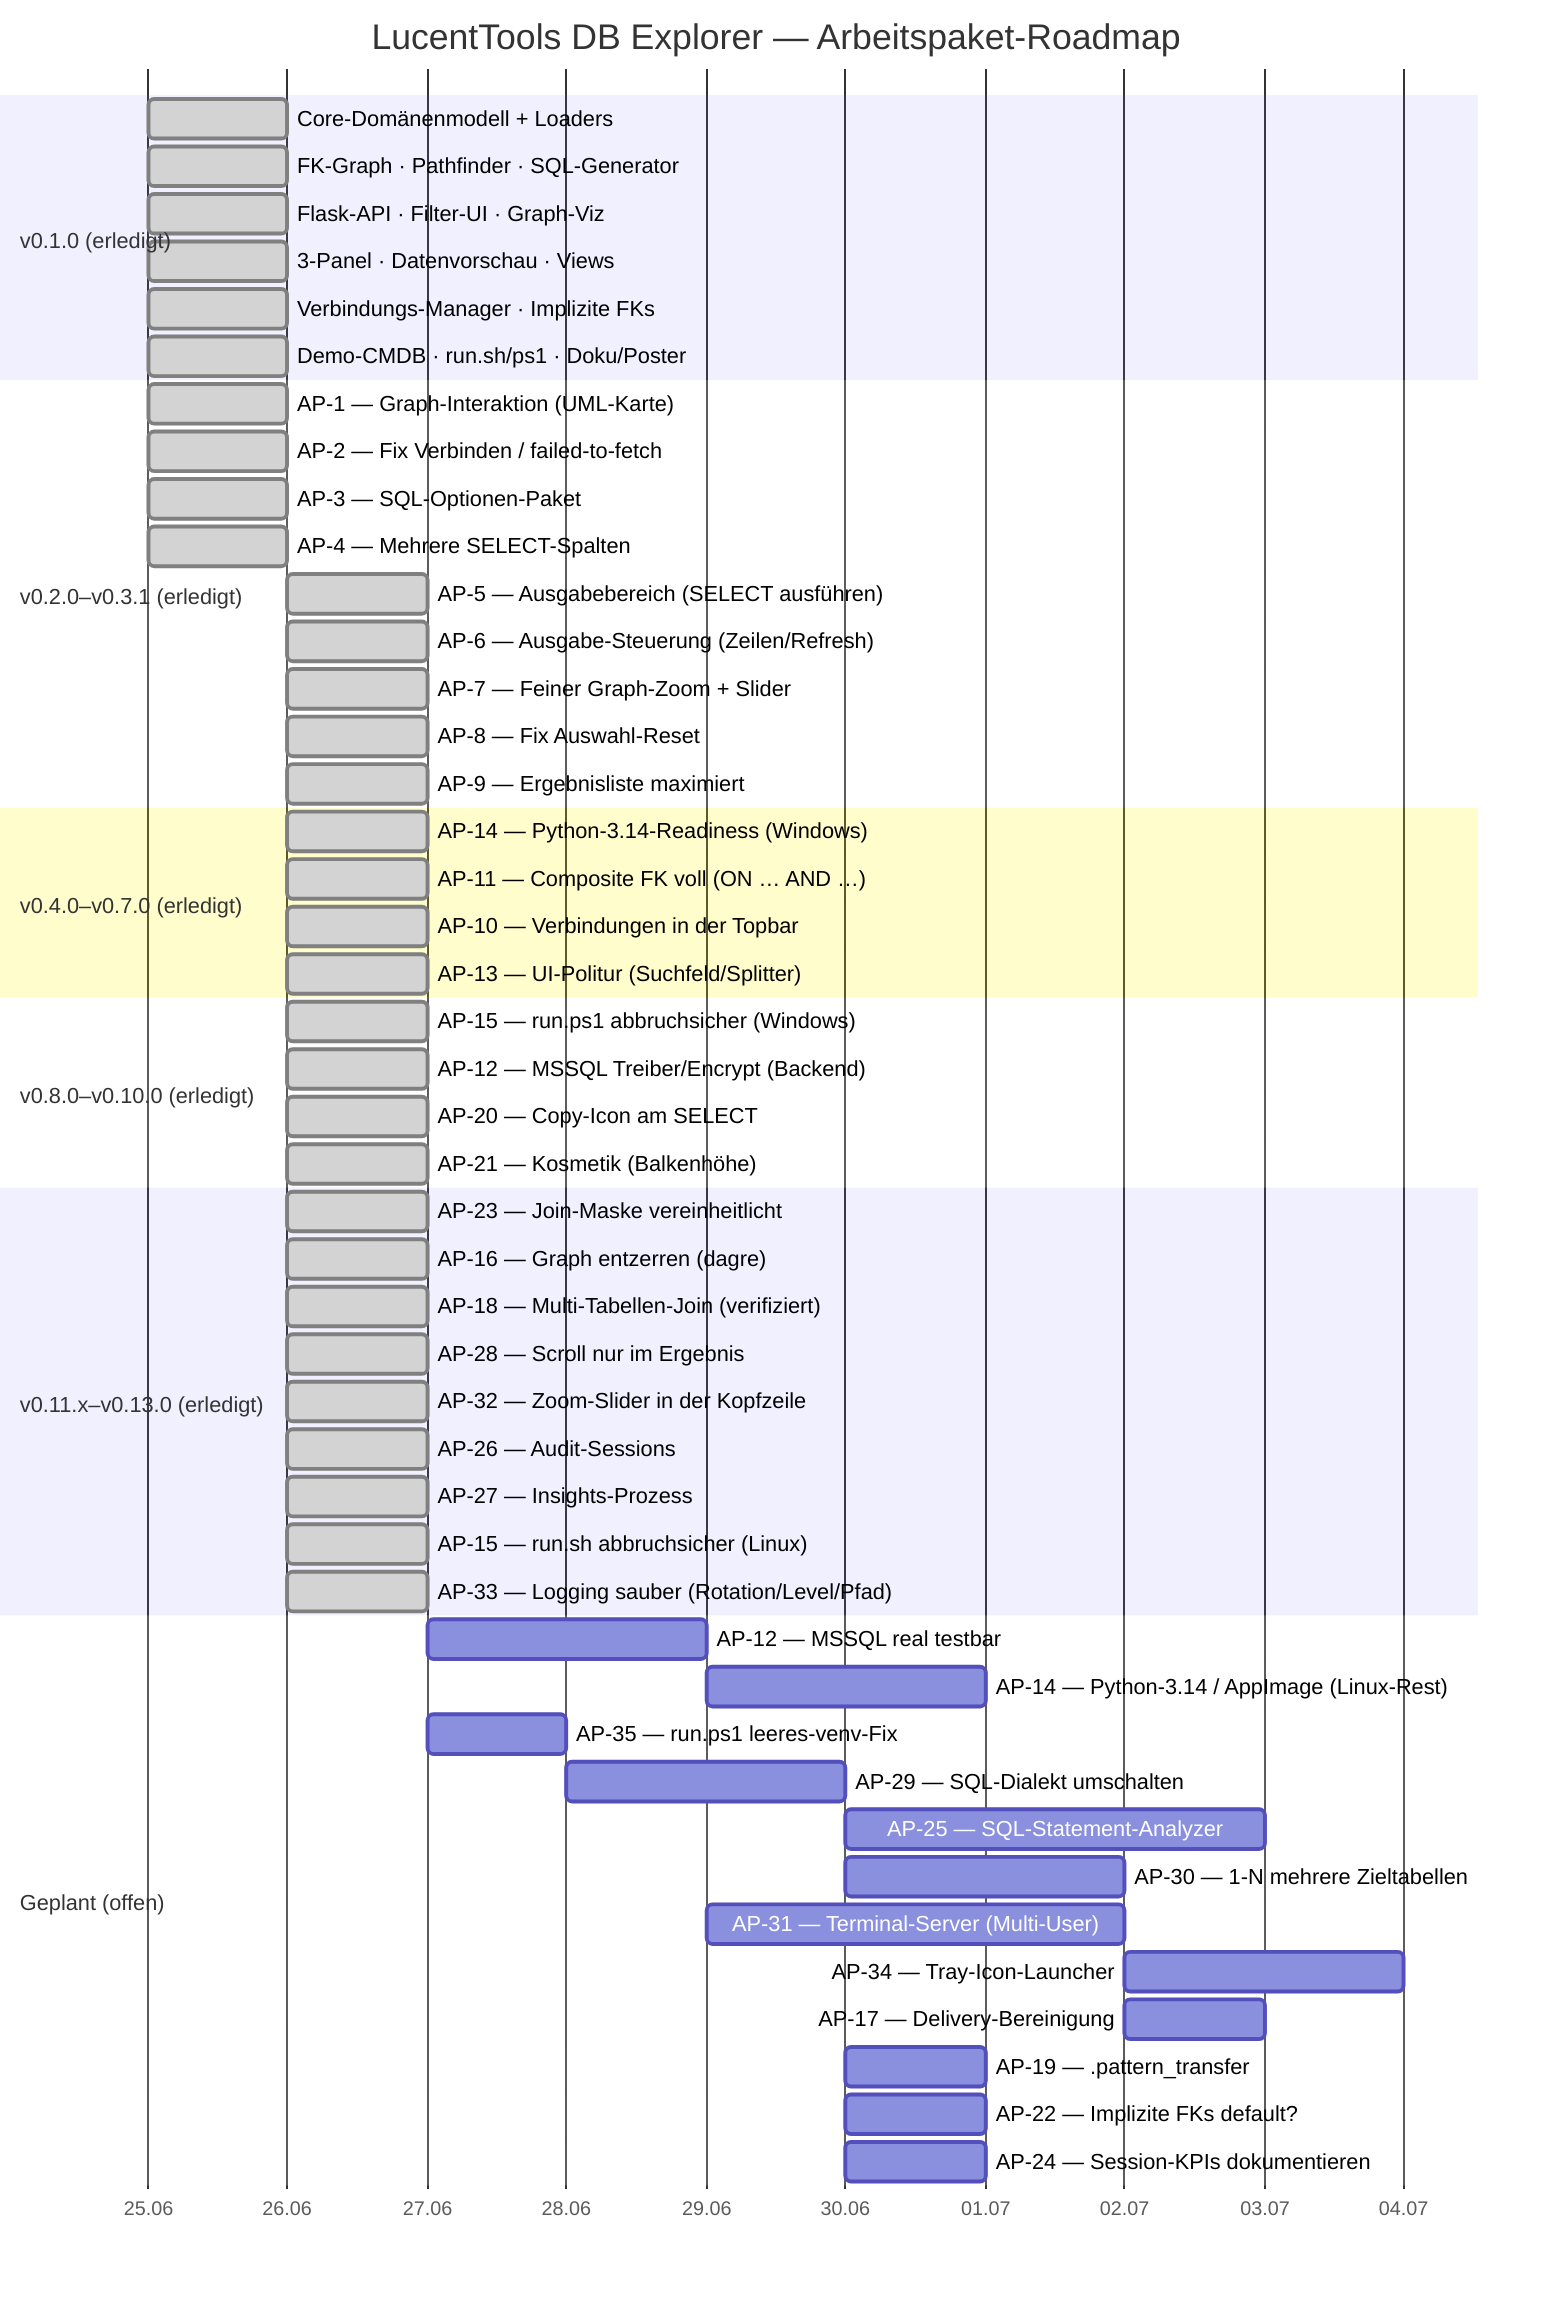
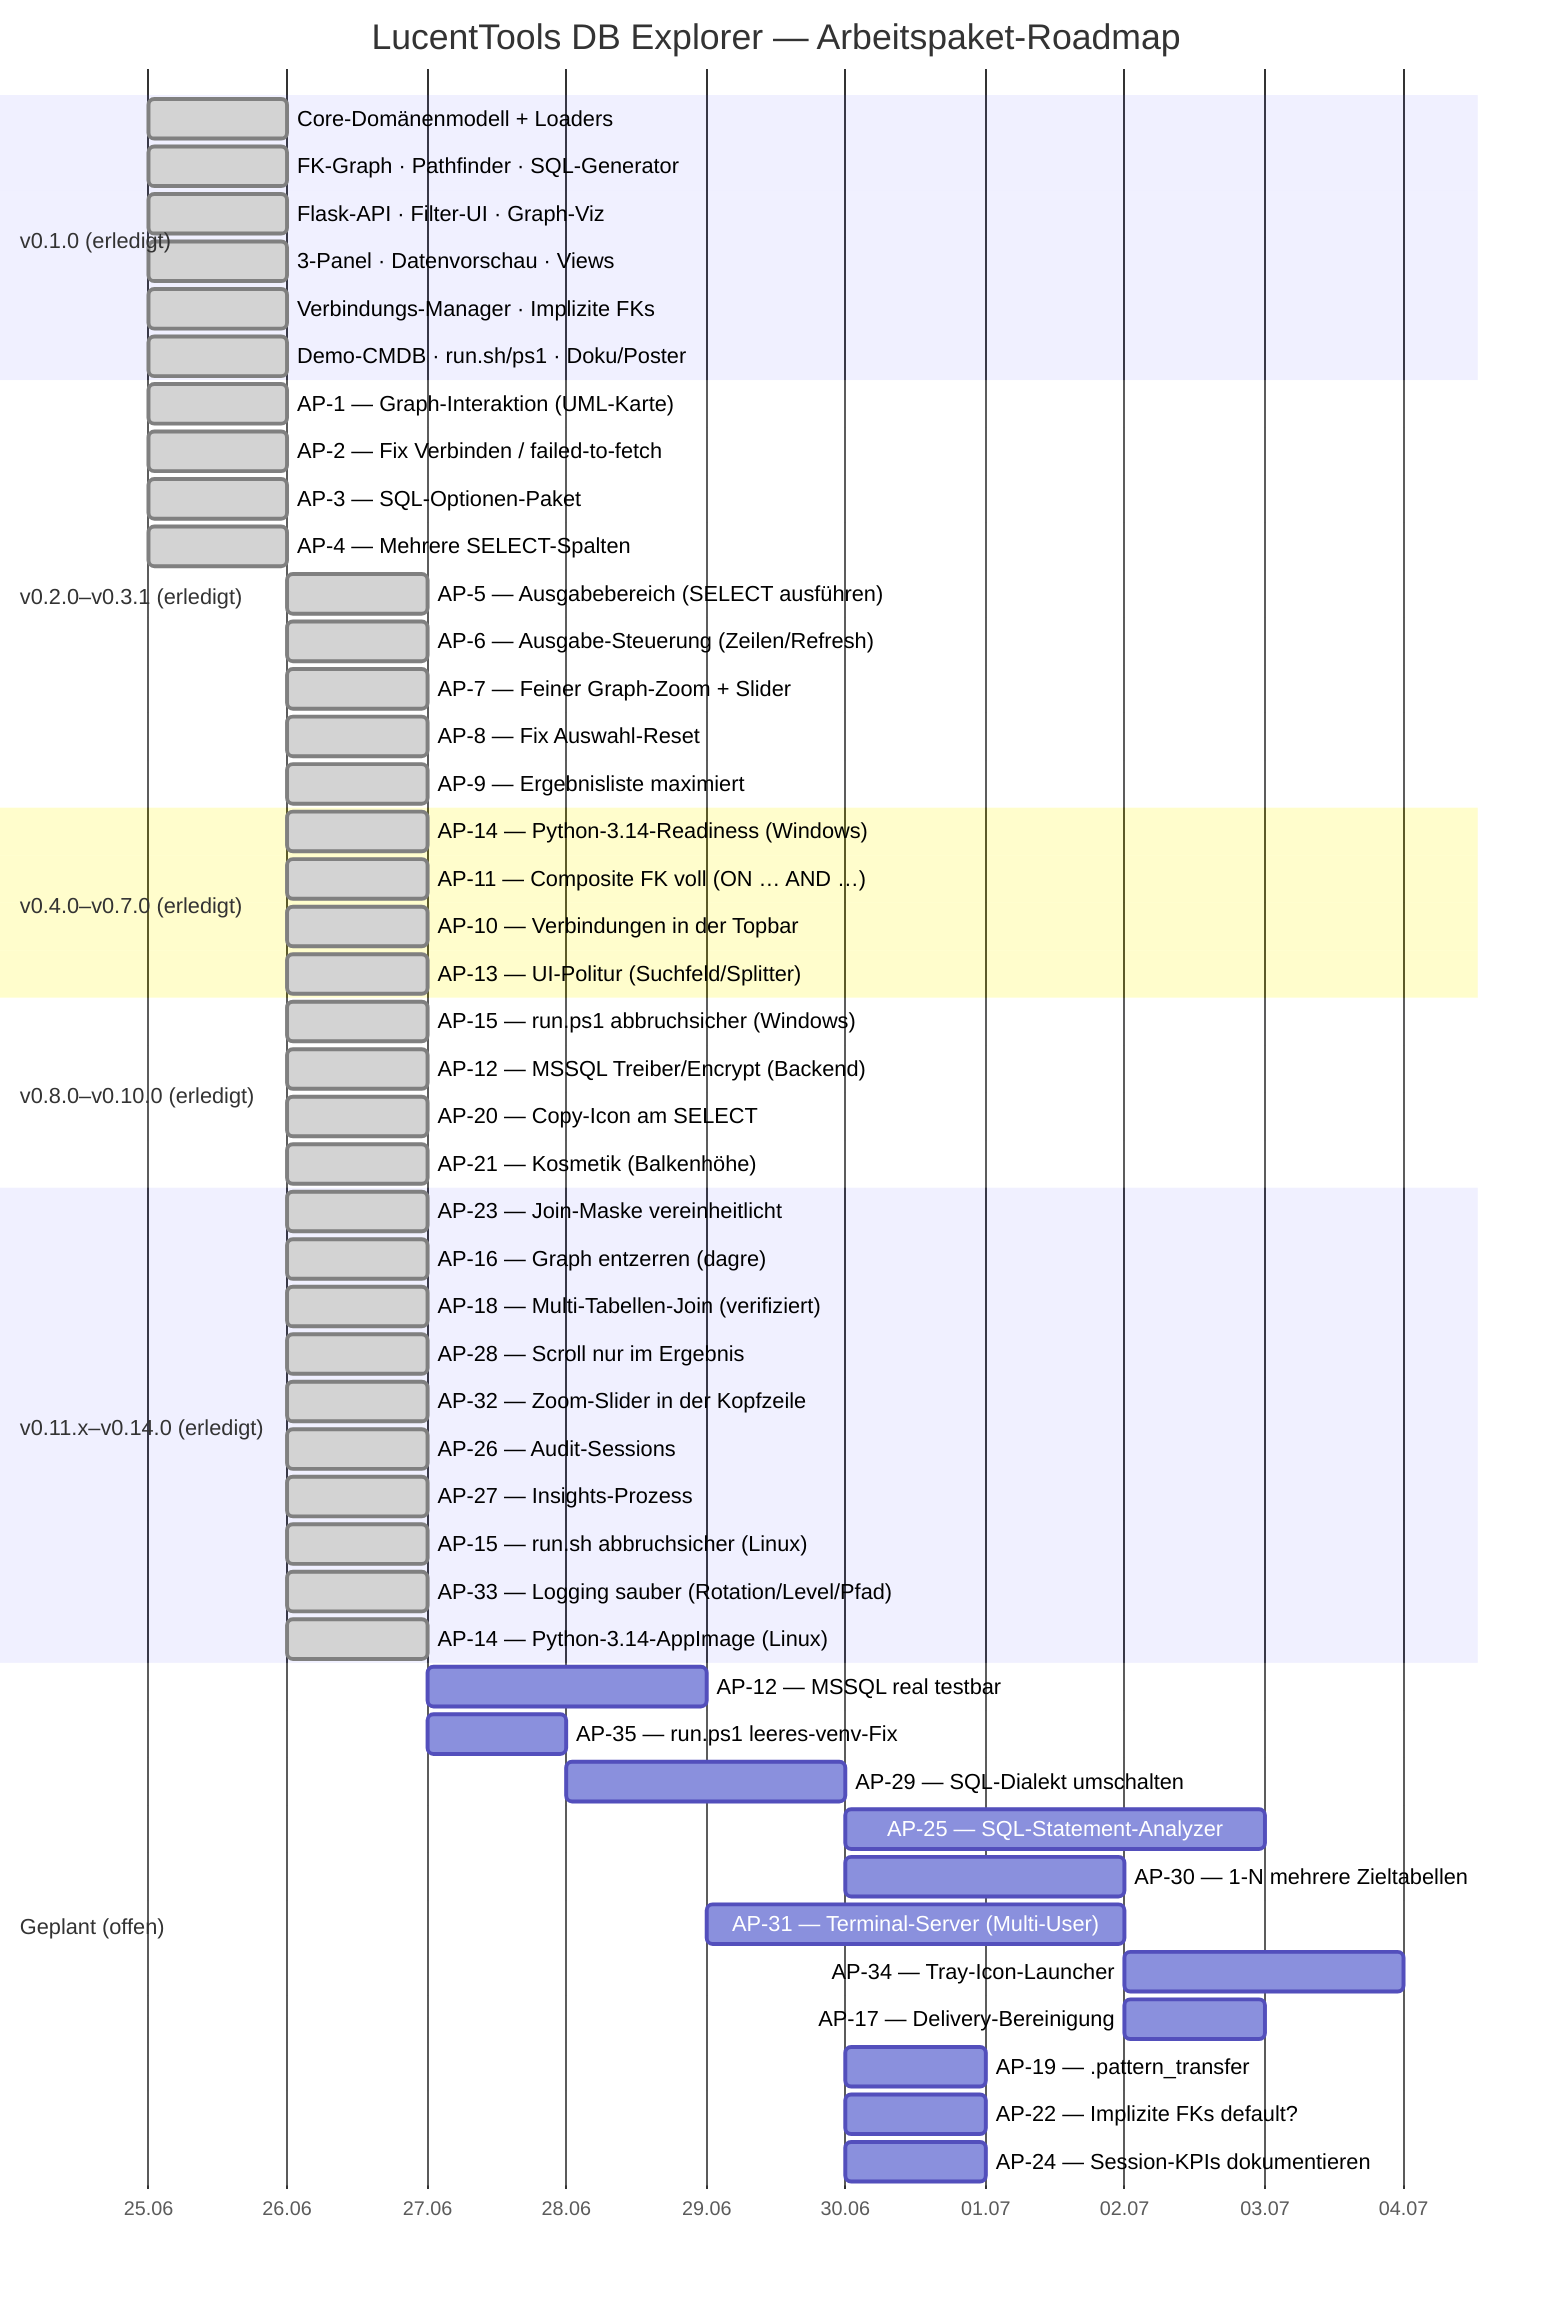
gantt
    title LucentTools DB Explorer — Arbeitspaket-Roadmap
    dateFormat  YYYY-MM-DD
    axisFormat  %d.%m

    section v0.1.0 (erledigt)
    Core-Domänenmodell + Loaders          :done, d1, 2026-06-25, 1d
    FK-Graph · Pathfinder · SQL-Generator :done, d2, 2026-06-25, 1d
    Flask-API · Filter-UI · Graph-Viz     :done, d3, 2026-06-25, 1d
    3-Panel · Datenvorschau · Views       :done, d4, 2026-06-25, 1d
    Verbindungs-Manager · Implizite FKs   :done, d5, 2026-06-25, 1d
    Demo-CMDB · run.sh/ps1 · Doku/Poster  :done, d6, 2026-06-25, 1d

    section v0.2.0–v0.3.1 (erledigt)
    AP-1 — Graph-Interaktion (UML-Karte)        :done, a1, 2026-06-25, 1d
    AP-2 — Fix Verbinden / failed-to-fetch      :done, a2, 2026-06-25, 1d
    AP-3 — SQL-Optionen-Paket                   :done, a3, 2026-06-25, 1d
    AP-4 — Mehrere SELECT-Spalten               :done, a4, 2026-06-25, 1d
    AP-5 — Ausgabebereich (SELECT ausführen)    :done, a5, 2026-06-26, 1d
    AP-6 — Ausgabe-Steuerung (Zeilen/Refresh)   :done, a6, 2026-06-26, 1d
    AP-7 — Feiner Graph-Zoom + Slider           :done, a7, 2026-06-26, 1d
    AP-8 — Fix Auswahl-Reset                    :done, a8, 2026-06-26, 1d
    AP-9 — Ergebnisliste maximiert              :done, a9, 2026-06-26, 1d

    section v0.4.0–v0.7.0 (erledigt)
    AP-14 — Python-3.14-Readiness (Windows)     :done, b1, 2026-06-26, 1d
    AP-11 — Composite FK voll (ON … AND …)      :done, b2, 2026-06-26, 1d
    AP-10 — Verbindungen in der Topbar          :done, b3, 2026-06-26, 1d
    AP-13 — UI-Politur (Suchfeld/Splitter)      :done, b4, 2026-06-26, 1d

    section v0.8.0–v0.10.0 (erledigt)
    AP-15 — run.ps1 abbruchsicher (Windows)     :done, c1, 2026-06-26, 1d
    AP-12 — MSSQL Treiber/Encrypt (Backend)     :done, c2, 2026-06-26, 1d
    AP-20 — Copy-Icon am SELECT                 :done, c3, 2026-06-26, 1d
    AP-21 — Kosmetik (Balkenhöhe)               :done, c4, 2026-06-26, 1d

-     section v0.11.x–v0.13.0 (erledigt)
+     section v0.11.x–v0.14.0 (erledigt)
    AP-23 — Join-Maske vereinheitlicht          :done, e1, 2026-06-26, 1d
    AP-16 — Graph entzerren (dagre)             :done, e2, 2026-06-26, 1d
    AP-18 — Multi-Tabellen-Join (verifiziert)   :done, e3, 2026-06-26, 1d
    AP-28 — Scroll nur im Ergebnis              :done, e4, 2026-06-26, 1d
    AP-32 — Zoom-Slider in der Kopfzeile        :done, e5, 2026-06-26, 1d
    AP-26 — Audit-Sessions                      :done, e6, 2026-06-26, 1d
    AP-27 — Insights-Prozess                    :done, e7, 2026-06-26, 1d
    AP-15 — run.sh abbruchsicher (Linux)        :done, e8, 2026-06-26, 1d
    AP-33 — Logging sauber (Rotation/Level/Pfad) :done, e9, 2026-06-26, 1d
+     AP-14 — Python-3.14-AppImage (Linux)         :done, e10, 2026-06-26, 1d

    section Geplant (offen)
    AP-12 — MSSQL real testbar                  :p1, 2026-06-27, 2d
-     AP-14 — Python-3.14 / AppImage (Linux-Rest) :p2, after p1, 2d
    AP-35 — run.ps1 leeres-venv-Fix             :p3, 2026-06-27, 1d
    AP-29 — SQL-Dialekt umschalten              :p4, 2026-06-28, 2d
    AP-25 — SQL-Statement-Analyzer              :p5, after p4, 3d
    AP-30 — 1-N mehrere Zieltabellen            :p6, after p4, 2d
    AP-31 — Terminal-Server (Multi-User)        :p7, 2026-06-29, 3d
    AP-34 — Tray-Icon-Launcher                  :p9, after p7, 2d
    AP-17 — Delivery-Bereinigung                :p10, after p7, 1d
    AP-19 — .pattern_transfer                   :p11, 2026-06-30, 1d
    AP-22 — Implizite FKs default?              :p12, 2026-06-30, 1d
    AP-24 — Session-KPIs dokumentieren          :p13, 2026-06-30, 1d
